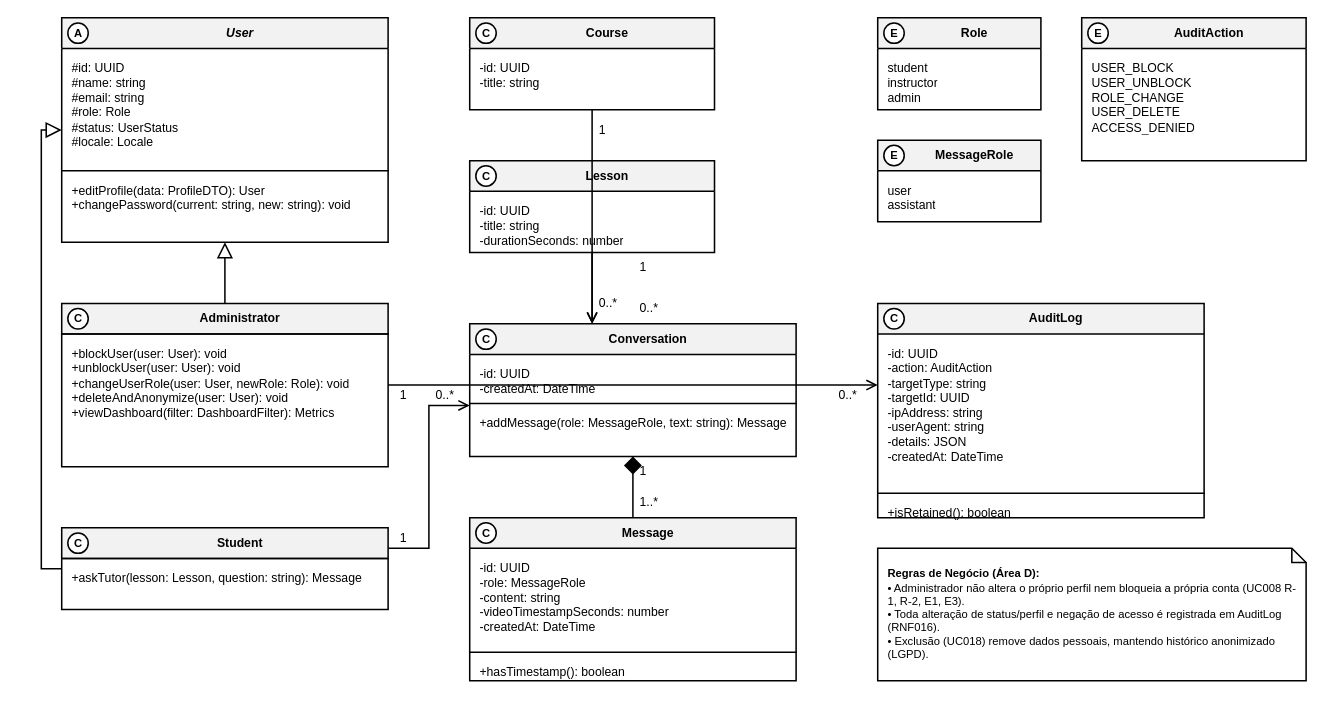
This is especificacao/diagramas/13-classes-area-d-negocial.drawio from Plataforma-de-Cursos-TCC/plataforma-cursos-docs, a draw.io file, before an edit. Source tidied: cells renumbered, new cells numbered last; positions are measured from the earlier drawing's top-left corner, leaving out a move shared by most shapes. Both pictures are drawn from the tidied source at 102%, with x=0, y=0 at pixel (41, 17).
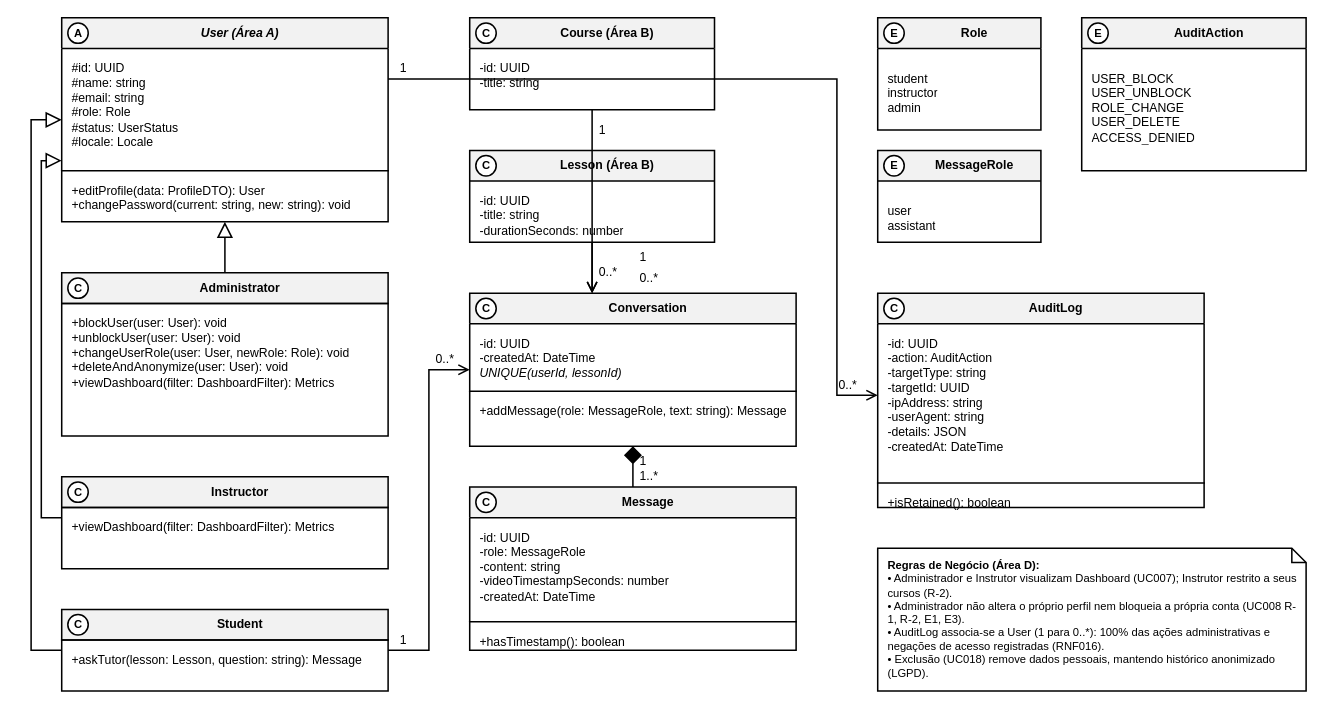
The same diagram, later.

Commit message (it also covers changes not shown here):
fix(classes): update negocial and implementation class diagrams for Area D

The edit, as a diff of the source:
```diff
@@
-    <mxCell id="2" value="&lt;i&gt;&lt;b&gt;User&lt;/b&gt;&lt;/i&gt;" style="swimlane;fontStyle=0;align=center;verticalAlign=middle;horizontal=1;startSize=30;html=1;whiteSpace=wrap;fontFamily=Helvetica;fontSize=12;fillColor=#F2F2F2;swimlaneFillColor=#FFFFFF;strokeColor=#000000;strokeWidth=1.5;fontColor=#000000;spacingLeft=30;" parent="1" vertex="1">
-      <mxGeometry x="20" width="320" height="220" as="geometry" />
+    <mxCell id="2" value="&lt;i&gt;&lt;b&gt;User (Área A)&lt;/b&gt;&lt;/i&gt;" style="swimlane;fontStyle=0;align=center;verticalAlign=middle;horizontal=1;startSize=30;html=1;whiteSpace=wrap;fontFamily=Helvetica;fontSize=12;fillColor=#F2F2F2;swimlaneFillColor=#FFFFFF;strokeColor=#000000;strokeWidth=1.5;fontColor=#000000;spacingLeft=30;" parent="1" vertex="1">
+      <mxGeometry x="20" width="320" height="200" as="geometry" />
     </mxCell>
@@
     <mxCell id="5" value="&lt;b&gt;Administrator&lt;/b&gt;" style="swimlane;fontStyle=0;align=center;verticalAlign=middle;horizontal=1;startSize=30;html=1;whiteSpace=wrap;fontFamily=Helvetica;fontSize=12;fillColor=#F2F2F2;swimlaneFillColor=#FFFFFF;strokeColor=#000000;strokeWidth=1.5;fontColor=#000000;spacingLeft=30;" parent="1" vertex="1">
-      <mxGeometry x="20" y="280" width="320" height="160" as="geometry" />
+      <mxGeometry x="20" y="250" width="320" height="160" as="geometry" />
     </mxCell>
@@
+    <mxCell id="57" value="&lt;b&gt;Instructor&lt;/b&gt;" style="swimlane;fontStyle=0;align=center;verticalAlign=middle;horizontal=1;startSize=30;html=1;whiteSpace=wrap;fontFamily=Helvetica;fontSize=12;fillColor=#F2F2F2;swimlaneFillColor=#FFFFFF;strokeColor=#000000;strokeWidth=1.5;fontColor=#000000;spacingLeft=30;" parent="1" vertex="1">
+      <mxGeometry x="20" y="450" width="320" height="90" as="geometry" />
+    </mxCell>
+    <mxCell id="58" value="+viewDashboard(filter: DashboardFilter): Metrics" style="shape=partialRectangle;top=1;bottom=0;left=0;right=0;text;strokeColor=#000000;strokeWidth=1.5;fillColor=none;align=left;verticalAlign=top;spacingLeft=8;spacingRight=8;spacingTop=6;overflow=hidden;whiteSpace=wrap;html=1;fontFamily=Helvetica;fontSize=12;fontColor=#000000;" parent="57" vertex="1">
+      <mxGeometry y="30" width="320" height="30" as="geometry" />
+    </mxCell>
     <mxCell id="7" value="&lt;b&gt;Student&lt;/b&gt;" style="swimlane;fontStyle=0;align=center;verticalAlign=middle;horizontal=1;startSize=30;html=1;whiteSpace=wrap;fontFamily=Helvetica;fontSize=12;fillColor=#F2F2F2;swimlaneFillColor=#FFFFFF;strokeColor=#000000;strokeWidth=1.5;fontColor=#000000;spacingLeft=30;" parent="1" vertex="1">
-      <mxGeometry x="20" y="500" width="320" height="80" as="geometry" />
+      <mxGeometry x="20" y="580" width="320" height="80" as="geometry" />
     </mxCell>
@@
-    <mxCell id="9" value="&lt;b&gt;Course&lt;/b&gt;" style="swimlane;fontStyle=0;align=center;verticalAlign=middle;horizontal=1;startSize=30;html=1;whiteSpace=wrap;fontFamily=Helvetica;fontSize=12;fillColor=#F2F2F2;swimlaneFillColor=#FFFFFF;strokeColor=#000000;strokeWidth=1.5;fontColor=#000000;spacingLeft=30;" parent="1" vertex="1">
+    <mxCell id="9" value="&lt;b&gt;Course (Área B)&lt;/b&gt;" style="swimlane;fontStyle=0;align=center;verticalAlign=middle;horizontal=1;startSize=30;html=1;whiteSpace=wrap;fontFamily=Helvetica;fontSize=12;fillColor=#F2F2F2;swimlaneFillColor=#FFFFFF;strokeColor=#000000;strokeWidth=1.5;fontColor=#000000;spacingLeft=30;" parent="1" vertex="1">
       <mxGeometry x="420" width="240" height="90" as="geometry" />
     </mxCell>
@@
-    <mxCell id="11" value="&lt;b&gt;Lesson&lt;/b&gt;" style="swimlane;fontStyle=0;align=center;verticalAlign=middle;horizontal=1;startSize=30;html=1;whiteSpace=wrap;fontFamily=Helvetica;fontSize=12;fillColor=#F2F2F2;swimlaneFillColor=#FFFFFF;strokeColor=#000000;strokeWidth=1.5;fontColor=#000000;spacingLeft=30;" parent="1" vertex="1">
-      <mxGeometry x="420" y="140" width="240" height="90" as="geometry" />
+    <mxCell id="11" value="&lt;b&gt;Lesson (Área B)&lt;/b&gt;" style="swimlane;fontStyle=0;align=center;verticalAlign=middle;horizontal=1;startSize=30;html=1;whiteSpace=wrap;fontFamily=Helvetica;fontSize=12;fillColor=#F2F2F2;swimlaneFillColor=#FFFFFF;strokeColor=#000000;strokeWidth=1.5;fontColor=#000000;spacingLeft=30;" parent="1" vertex="1">
+      <mxGeometry x="420" y="130" width="240" height="90" as="geometry" />
     </mxCell>
@@
     <mxCell id="13" value="&lt;b&gt;Conversation&lt;/b&gt;" style="swimlane;fontStyle=0;align=center;verticalAlign=middle;horizontal=1;startSize=30;html=1;whiteSpace=wrap;fontFamily=Helvetica;fontSize=12;fillColor=#F2F2F2;swimlaneFillColor=#FFFFFF;strokeColor=#000000;strokeWidth=1.5;fontColor=#000000;spacingLeft=30;" parent="1" vertex="1">
-      <mxGeometry x="420" y="300" width="320" height="130" as="geometry" />
+      <mxGeometry x="420" y="270" width="320" height="150" as="geometry" />
     </mxCell>
-    <mxCell id="14" value="-id: UUID&lt;br&gt;-createdAt: DateTime" style="text;strokeColor=none;fillColor=none;align=left;verticalAlign=top;spacingLeft=8;spacingRight=8;spacingTop=6;overflow=hidden;whiteSpace=wrap;html=1;fontFamily=Helvetica;fontSize=12;fontColor=#000000;" parent="13" vertex="1">
-      <mxGeometry y="30" width="320" height="48" as="geometry" />
+    <mxCell id="14" value="-id: UUID&lt;br&gt;-createdAt: DateTime&lt;br&gt;&lt;i&gt;UNIQUE(userId, lessonId)&lt;/i&gt;" style="text;strokeColor=none;fillColor=none;align=left;verticalAlign=top;spacingLeft=8;spacingRight=8;spacingTop=6;overflow=hidden;whiteSpace=wrap;html=1;fontFamily=Helvetica;fontSize=12;fontColor=#000000;" parent="13" vertex="1">
+      <mxGeometry y="30" width="320" height="66" as="geometry" />
     </mxCell>
     <mxCell id="15" value="+addMessage(role: MessageRole, text: string): Message" style="shape=partialRectangle;top=1;bottom=0;left=0;right=0;text;strokeColor=#000000;strokeWidth=1.5;fillColor=none;align=left;verticalAlign=top;spacingLeft=8;spacingRight=8;spacingTop=6;overflow=hidden;whiteSpace=wrap;html=1;fontFamily=Helvetica;fontSize=12;fontColor=#000000;" parent="13" vertex="1">
-      <mxGeometry y="78" width="320" height="30" as="geometry" />
+      <mxGeometry y="96" width="320" height="30" as="geometry" />
     </mxCell>
     <mxCell id="16" value="&lt;b&gt;Message&lt;/b&gt;" style="swimlane;fontStyle=0;align=center;verticalAlign=middle;horizontal=1;startSize=30;html=1;whiteSpace=wrap;fontFamily=Helvetica;fontSize=12;fillColor=#F2F2F2;swimlaneFillColor=#FFFFFF;strokeColor=#000000;strokeWidth=1.5;fontColor=#000000;spacingLeft=30;" parent="1" vertex="1">
-      <mxGeometry x="420" y="490" width="320" height="160" as="geometry" />
+      <mxGeometry x="420" y="460" width="320" height="160" as="geometry" />
     </mxCell>
@@
     <mxCell id="19" value="&lt;b&gt;AuditLog&lt;/b&gt;" style="swimlane;fontStyle=0;align=center;verticalAlign=middle;horizontal=1;startSize=30;html=1;whiteSpace=wrap;fontFamily=Helvetica;fontSize=12;fillColor=#F2F2F2;swimlaneFillColor=#FFFFFF;strokeColor=#000000;strokeWidth=1.5;fontColor=#000000;spacingLeft=30;" parent="1" vertex="1">
-      <mxGeometry x="820" y="280" width="320" height="210" as="geometry" />
+      <mxGeometry x="820" y="270" width="320" height="210" as="geometry" />
     </mxCell>
@@
     <mxCell id="22" value="&lt;b&gt;Role&lt;/b&gt;" style="swimlane;fontStyle=0;align=center;verticalAlign=middle;horizontal=1;startSize=30;html=1;whiteSpace=wrap;fontFamily=Helvetica;fontSize=12;fillColor=#F2F2F2;swimlaneFillColor=#FFFFFF;strokeColor=#000000;strokeWidth=1.5;fontColor=#000000;spacingLeft=30;" parent="1" vertex="1">
-      <mxGeometry x="820" width="160" height="90" as="geometry" />
+      <mxGeometry x="820" width="160" height="110" as="geometry" />
     </mxCell>
     <mxCell id="23" value="student&lt;br&gt;instructor&lt;br&gt;admin" style="text;strokeColor=none;fillColor=none;align=left;verticalAlign=top;spacingLeft=8;spacingRight=8;spacingTop=6;overflow=hidden;whiteSpace=wrap;html=1;fontFamily=Helvetica;fontSize=12;fontColor=#000000;" parent="22" vertex="1">
-      <mxGeometry y="30" width="160" height="64" as="geometry" />
+      <mxGeometry y="40" width="160" height="64" as="geometry" />
     </mxCell>
     <mxCell id="24" value="&lt;b&gt;MessageRole&lt;/b&gt;" style="swimlane;fontStyle=0;align=center;verticalAlign=middle;horizontal=1;startSize=30;html=1;whiteSpace=wrap;fontFamily=Helvetica;fontSize=12;fillColor=#F2F2F2;swimlaneFillColor=#FFFFFF;strokeColor=#000000;strokeWidth=1.5;fontColor=#000000;spacingLeft=30;" parent="1" vertex="1">
-      <mxGeometry x="820" y="120" width="160" height="80" as="geometry" />
+      <mxGeometry x="820" y="130" width="160" height="90" as="geometry" />
     </mxCell>
     <mxCell id="25" value="user&lt;br&gt;assistant" style="text;strokeColor=none;fillColor=none;align=left;verticalAlign=top;spacingLeft=8;spacingRight=8;spacingTop=6;overflow=hidden;whiteSpace=wrap;html=1;fontFamily=Helvetica;fontSize=12;fontColor=#000000;" parent="24" vertex="1">
-      <mxGeometry y="30" width="160" height="46" as="geometry" />
+      <mxGeometry y="40" width="160" height="46" as="geometry" />
     </mxCell>
     <mxCell id="26" value="&lt;b&gt;AuditAction&lt;/b&gt;" style="swimlane;fontStyle=0;align=center;verticalAlign=middle;horizontal=1;startSize=30;html=1;whiteSpace=wrap;fontFamily=Helvetica;fontSize=12;fillColor=#F2F2F2;swimlaneFillColor=#FFFFFF;strokeColor=#000000;strokeWidth=1.5;fontColor=#000000;spacingLeft=30;" parent="1" vertex="1">
-      <mxGeometry x="1020" width="220" height="140" as="geometry" />
+      <mxGeometry x="1020" width="220" height="150" as="geometry" />
     </mxCell>
     <mxCell id="27" value="USER_BLOCK&lt;br&gt;USER_UNBLOCK&lt;br&gt;ROLE_CHANGE&lt;br&gt;USER_DELETE&lt;br&gt;ACCESS_DENIED" style="text;strokeColor=none;fillColor=none;align=left;verticalAlign=top;spacingLeft=8;spacingRight=8;spacingTop=6;overflow=hidden;whiteSpace=wrap;html=1;fontFamily=Helvetica;fontSize=12;fontColor=#000000;" parent="26" vertex="1">
-      <mxGeometry y="30" width="220" height="100" as="geometry" />
+      <mxGeometry y="40" width="220" height="100" as="geometry" />
     </mxCell>
-    <mxCell id="28" value="&lt;b&gt;Regras de Negócio (Área D):&lt;/b&gt;&lt;br&gt;• Administrador não altera o próprio perfil nem bloqueia a própria conta (UC008 R-1, R-2, E1, E3).&lt;br&gt;• Toda alteração de status/perfil e negação de acesso é registrada em AuditLog (RNF016).&lt;br&gt;• Exclusão (UC018) remove dados pessoais, mantendo histórico anonimizado (LGPD)." style="shape=note;whiteSpace=wrap;html=1;size=14;verticalAlign=middle;align=left;spacingLeft=8;spacingRight=8;fillColor=#FFFFFF;strokeColor=#000000;strokeWidth=1.5;fontFamily=Helvetica;fontSize=11;fontColor=#000000;" parent="1" vertex="1">
-      <mxGeometry x="820" y="520" width="420" height="130" as="geometry" />
+    <mxCell id="28" value="&lt;b&gt;Regras de Negócio (Área D):&lt;/b&gt;&lt;br&gt;• Administrador e Instrutor visualizam Dashboard (UC007); Instrutor restrito a seus cursos (R-2).&lt;br&gt;• Administrador não altera o próprio perfil nem bloqueia a própria conta (UC008 R-1, R-2, E1, E3).&lt;br&gt;• AuditLog associa-se a User (1 para 0..*): 100% das ações administrativas e negações de acesso registradas (RNF016).&lt;br&gt;• Exclusão (UC018) remove dados pessoais, mantendo histórico anonimizado (LGPD)." style="shape=note;whiteSpace=wrap;html=1;size=14;verticalAlign=middle;align=left;spacingLeft=8;spacingRight=8;fillColor=#FFFFFF;strokeColor=#000000;strokeWidth=1.5;fontFamily=Helvetica;fontSize=11;fontColor=#000000;" parent="1" vertex="1">
+      <mxGeometry x="820" y="520" width="420" height="140" as="geometry" />
     </mxCell>
     <mxCell id="29" style="edgeStyle=orthogonalEdgeStyle;rounded=0;html=1;strokeColor=#000000;strokeWidth=1.5;fontFamily=Helvetica;fontSize=12;endArrow=block;endFill=0;endSize=12;" parent="1" edge="1" source="5" target="2">
       <mxGeometry relative="1" as="geometry">
         <Array as="points">
-          <mxPoint x="180" y="280" />
-          <mxPoint x="180" y="220" />
+          <mxPoint x="180" y="250" />
+          <mxPoint x="180" y="200" />
         </Array>
       </mxGeometry>
     </mxCell>
+    <mxCell id="59" style="edgeStyle=orthogonalEdgeStyle;rounded=0;html=1;strokeColor=#000000;strokeWidth=1.5;fontFamily=Helvetica;fontSize=12;endArrow=block;endFill=0;endSize=12;" parent="1" edge="1" source="57" target="2">
+      <mxGeometry relative="1" as="geometry">
+        <Array as="points">
+          <mxPoint y="490" />
+          <mxPoint y="140" />
+          <mxPoint x="20" y="140" />
+        </Array>
+      </mxGeometry>
+    </mxCell>
     <mxCell id="30" style="edgeStyle=orthogonalEdgeStyle;rounded=0;html=1;strokeColor=#000000;strokeWidth=1.5;fontFamily=Helvetica;fontSize=12;endArrow=block;endFill=0;endSize=12;" parent="1" edge="1" source="7" target="2">
       <mxGeometry relative="1" as="geometry">
         <Array as="points">
-          <mxPoint y="540" />
-          <mxPoint y="110" />
-          <mxPoint x="20" y="110" />
+          <mxPoint x="-10" y="620" />
+          <mxPoint x="-10" y="100" />
+          <mxPoint x="20" y="100" />
         </Array>
       </mxGeometry>
     </mxCell>
-    <mxCell id="31" style="edgeStyle=orthogonalEdgeStyle;rounded=0;html=1;strokeColor=#000000;strokeWidth=1.5;fontFamily=Helvetica;fontSize=12;endArrow=open;endFill=0;endSize=8;" parent="1" edge="1" source="5" target="19">
-      <mxGeometry relative="1" as="geometry">
-        <Array as="points">
-          <mxPoint x="340" y="380" />
-          <mxPoint x="820" y="380" />
-        </Array>
-      </mxGeometry>
-    </mxCell>
+    <mxCell id="60" style="edgeStyle=orthogonalEdgeStyle;rounded=0;html=1;strokeColor=#000000;strokeWidth=1.5;fontFamily=Helvetica;fontSize=12;endArrow=open;endFill=0;endSize=8;" parent="1" edge="1" source="2" target="19">
+      <mxGeometry relative="1" as="geometry">
+        <Array as="points">
+          <mxPoint x="340" y="60" />
+          <mxPoint x="780" y="60" />
+          <mxPoint x="780" y="370" />
+          <mxPoint x="820" y="370" />
+        </Array>
+      </mxGeometry>
+    </mxCell>
     <mxCell id="32" value="1" style="text;html=1;align=left;verticalAlign=middle;fillColor=none;strokeColor=none;fontFamily=Helvetica;fontSize=12;fontColor=#000000;" parent="1" vertex="1">
-      <mxGeometry x="350" y="360" width="30" height="20" as="geometry" />
+      <mxGeometry x="350" y="40" width="30" height="20" as="geometry" />
     </mxCell>
     <mxCell id="33" value="0..*" style="text;html=1;align=left;verticalAlign=middle;fillColor=none;strokeColor=none;fontFamily=Helvetica;fontSize=12;fontColor=#000000;" parent="1" vertex="1">
-      <mxGeometry x="780" y="360" width="30" height="20" as="geometry" />
+      <mxGeometry x="780" y="350" width="30" height="20" as="geometry" />
     </mxCell>
     <mxCell id="34" style="edgeStyle=orthogonalEdgeStyle;rounded=0;html=1;strokeColor=#000000;strokeWidth=1.5;fontFamily=Helvetica;fontSize=12;endArrow=open;endFill=0;endSize=8;" parent="1" edge="1" source="7" target="13">
       <mxGeometry relative="1" as="geometry">
         <Array as="points">
-          <mxPoint x="340" y="520" />
-          <mxPoint x="380" y="520" />
-          <mxPoint x="380" y="380" />
-          <mxPoint x="420" y="380" />
+          <mxPoint x="340" y="620" />
+          <mxPoint x="380" y="620" />
+          <mxPoint x="380" y="345" />
+          <mxPoint x="420" y="345" />
         </Array>
       </mxGeometry>
     </mxCell>
     <mxCell id="35" value="1" style="text;html=1;align=left;verticalAlign=middle;fillColor=none;strokeColor=none;fontFamily=Helvetica;fontSize=12;fontColor=#000000;" parent="1" vertex="1">
-      <mxGeometry x="350" y="500" width="30" height="20" as="geometry" />
+      <mxGeometry x="350" y="600" width="30" height="20" as="geometry" />
     </mxCell>
     <mxCell id="36" value="0..*" style="text;html=1;align=left;verticalAlign=middle;fillColor=none;strokeColor=none;fontFamily=Helvetica;fontSize=12;fontColor=#000000;" parent="1" vertex="1">
-      <mxGeometry x="385" y="360" width="30" height="20" as="geometry" />
+      <mxGeometry x="385" y="325" width="30" height="20" as="geometry" />
     </mxCell>
     <mxCell id="37" style="edgeStyle=orthogonalEdgeStyle;rounded=0;html=1;strokeColor=#000000;strokeWidth=1.5;fontFamily=Helvetica;fontSize=12;endArrow=open;endFill=0;endSize=8;" parent="1" edge="1" source="9" target="13">
       <mxGeometry relative="1" as="geometry">
         <Array as="points">
           <mxPoint x="540" y="90" />
-          <mxPoint x="540" y="300" />
+          <mxPoint x="540" y="270" />
         </Array>
       </mxGeometry>
     </mxCell>
@@
     <mxCell id="39" value="0..*" style="text;html=1;align=left;verticalAlign=middle;fillColor=none;strokeColor=none;fontFamily=Helvetica;fontSize=12;fontColor=#000000;" parent="1" vertex="1">
-      <mxGeometry x="545" y="270" width="30" height="20" as="geometry" />
+      <mxGeometry x="545" y="240" width="30" height="20" as="geometry" />
     </mxCell>
     <mxCell id="40" style="edgeStyle=orthogonalEdgeStyle;rounded=0;html=1;strokeColor=#000000;strokeWidth=1.5;fontFamily=Helvetica;fontSize=12;endArrow=open;endFill=0;endSize=8;" parent="1" edge="1" source="11" target="13">
       <mxGeometry relative="1" as="geometry">
         <Array as="points">
-          <mxPoint x="580" y="230" />
-          <mxPoint x="580" y="300" />
+          <mxPoint x="580" y="220" />
+          <mxPoint x="580" y="270" />
         </Array>
       </mxGeometry>
     </mxCell>
     <mxCell id="41" value="1" style="text;html=1;align=left;verticalAlign=middle;fillColor=none;strokeColor=none;fontFamily=Helvetica;fontSize=12;fontColor=#000000;" parent="1" vertex="1">
-      <mxGeometry x="585" y="235" width="30" height="20" as="geometry" />
+      <mxGeometry x="585" y="225" width="30" height="20" as="geometry" />
     </mxCell>
     <mxCell id="42" value="0..*" style="text;html=1;align=left;verticalAlign=middle;fillColor=none;strokeColor=none;fontFamily=Helvetica;fontSize=12;fontColor=#000000;" parent="1" vertex="1">
-      <mxGeometry x="585" y="275" width="30" height="20" as="geometry" />
+      <mxGeometry x="585" y="245" width="30" height="20" as="geometry" />
     </mxCell>
     <mxCell id="43" style="edgeStyle=orthogonalEdgeStyle;rounded=0;html=1;strokeColor=#000000;strokeWidth=1.5;fontFamily=Helvetica;fontSize=12;startArrow=diamond;startFill=1;startSize=14;endArrow=none;" parent="1" edge="1" source="13" target="16">
       <mxGeometry relative="1" as="geometry">
         <Array as="points">
-          <mxPoint x="580" y="430" />
-          <mxPoint x="580" y="490" />
+          <mxPoint x="580" y="420" />
+          <mxPoint x="580" y="460" />
         </Array>
       </mxGeometry>
     </mxCell>
     <mxCell id="44" value="1" style="text;html=1;align=left;verticalAlign=middle;fillColor=none;strokeColor=none;fontFamily=Helvetica;fontSize=12;fontColor=#000000;" parent="1" vertex="1">
-      <mxGeometry x="585" y="435" width="30" height="20" as="geometry" />
+      <mxGeometry x="585" y="425" width="30" height="20" as="geometry" />
     </mxCell>
     <mxCell id="45" value="1..*" style="text;html=1;align=left;verticalAlign=middle;fillColor=none;strokeColor=none;fontFamily=Helvetica;fontSize=12;fontColor=#000000;" parent="1" vertex="1">
-      <mxGeometry x="585" y="465" width="30" height="20" as="geometry" />
+      <mxGeometry x="585" y="440" width="30" height="20" as="geometry" />
     </mxCell>
@@
     <mxCell id="47" value="C" style="ellipse;html=1;fillColor=#FFFFFF;strokeColor=#000000;strokeWidth=1.5;fontFamily=Helvetica;fontSize=11;fontStyle=1;fontColor=#000000;" parent="1" vertex="1">
-      <mxGeometry x="26" y="285" width="20" height="20" as="geometry" />
+      <mxGeometry x="26" y="255" width="20" height="20" as="geometry" />
     </mxCell>
+    <mxCell id="61" value="C" style="ellipse;html=1;fillColor=#FFFFFF;strokeColor=#000000;strokeWidth=1.5;fontFamily=Helvetica;fontSize=11;fontStyle=1;fontColor=#000000;" parent="1" vertex="1">
+      <mxGeometry x="26" y="455" width="20" height="20" as="geometry" />
+    </mxCell>
     <mxCell id="48" value="C" style="ellipse;html=1;fillColor=#FFFFFF;strokeColor=#000000;strokeWidth=1.5;fontFamily=Helvetica;fontSize=11;fontStyle=1;fontColor=#000000;" parent="1" vertex="1">
-      <mxGeometry x="26" y="505" width="20" height="20" as="geometry" />
+      <mxGeometry x="26" y="585" width="20" height="20" as="geometry" />
     </mxCell>
@@
     <mxCell id="50" value="C" style="ellipse;html=1;fillColor=#FFFFFF;strokeColor=#000000;strokeWidth=1.5;fontFamily=Helvetica;fontSize=11;fontStyle=1;fontColor=#000000;" parent="1" vertex="1">
-      <mxGeometry x="426" y="145" width="20" height="20" as="geometry" />
+      <mxGeometry x="426" y="135" width="20" height="20" as="geometry" />
     </mxCell>
     <mxCell id="51" value="C" style="ellipse;html=1;fillColor=#FFFFFF;strokeColor=#000000;strokeWidth=1.5;fontFamily=Helvetica;fontSize=11;fontStyle=1;fontColor=#000000;" parent="1" vertex="1">
-      <mxGeometry x="426" y="305" width="20" height="20" as="geometry" />
+      <mxGeometry x="426" y="275" width="20" height="20" as="geometry" />
     </mxCell>
     <mxCell id="52" value="C" style="ellipse;html=1;fillColor=#FFFFFF;strokeColor=#000000;strokeWidth=1.5;fontFamily=Helvetica;fontSize=11;fontStyle=1;fontColor=#000000;" parent="1" vertex="1">
-      <mxGeometry x="426" y="495" width="20" height="20" as="geometry" />
+      <mxGeometry x="426" y="465" width="20" height="20" as="geometry" />
     </mxCell>
     <mxCell id="53" value="C" style="ellipse;html=1;fillColor=#FFFFFF;strokeColor=#000000;strokeWidth=1.5;fontFamily=Helvetica;fontSize=11;fontStyle=1;fontColor=#000000;" parent="1" vertex="1">
-      <mxGeometry x="826" y="285" width="20" height="20" as="geometry" />
+      <mxGeometry x="826" y="275" width="20" height="20" as="geometry" />
     </mxCell>
@@
     <mxCell id="55" value="E" style="ellipse;html=1;fillColor=#FFFFFF;strokeColor=#000000;strokeWidth=1.5;fontFamily=Helvetica;fontSize=11;fontStyle=1;fontColor=#000000;" parent="1" vertex="1">
-      <mxGeometry x="826" y="125" width="20" height="20" as="geometry" />
+      <mxGeometry x="826" y="135" width="20" height="20" as="geometry" />
     </mxCell>
```
